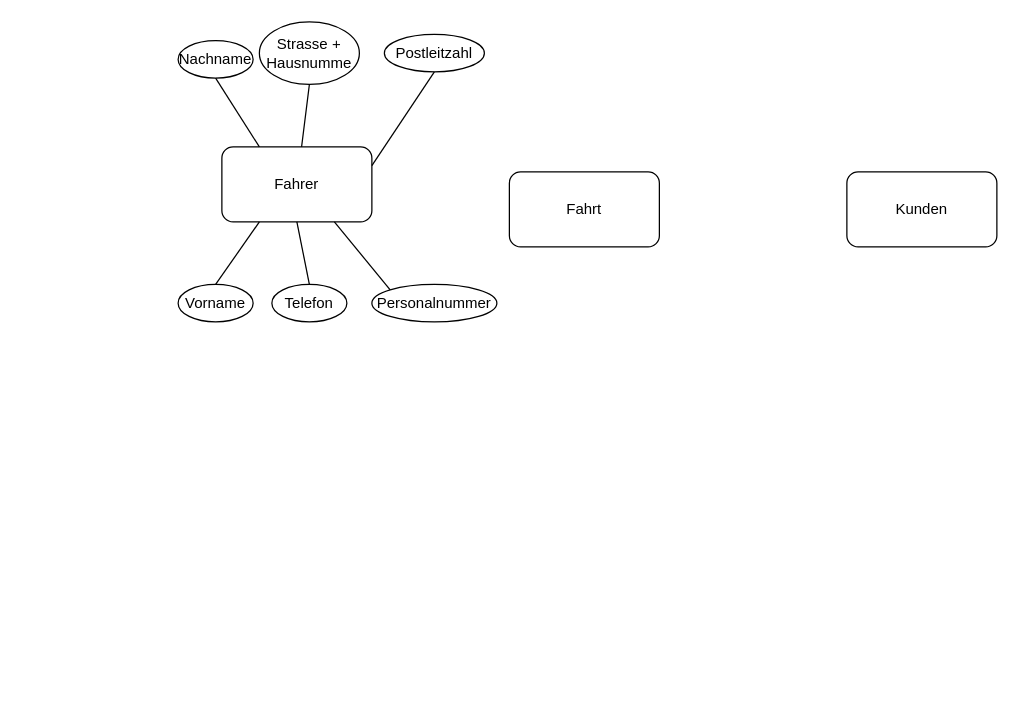
Fabrice-G/test_education keeps this draw.io diagram as Untitled Diagram.drawio. Above is the earlier version. Source tidied: cells renumbered, new cells numbered last; positions are measured from the earlier drawing's top-left corner, leaving out a move shared by most shapes. Both pictures are drawn from the tidied source at 125%, with x=0, y=0 at pixel (178, 21).
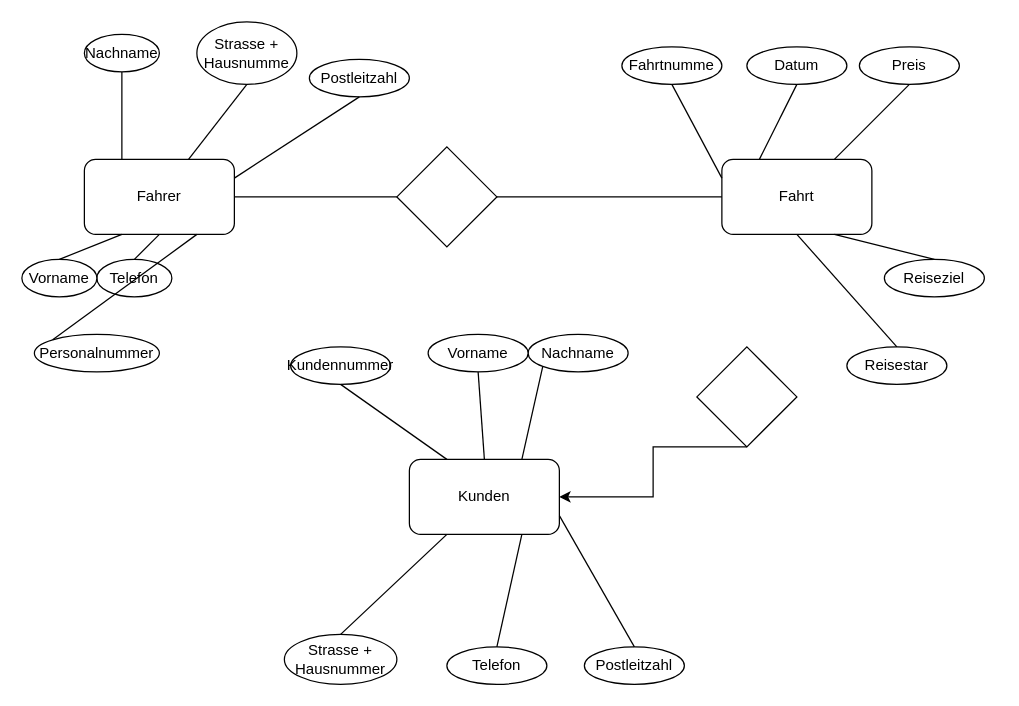
The same diagram, later.

What changed in the source:
```diff
@@
     <mxCell id="2" value="Fahrer" style="rounded=1;whiteSpace=wrap;html=1;" parent="1" vertex="1">
-      <mxGeometry x="35" y="100" width="120" height="60" as="geometry" />
+      <mxGeometry x="-75" y="110" width="120" height="60" as="geometry" />
     </mxCell>
     <mxCell id="3" value="Fahrt" style="rounded=1;whiteSpace=wrap;html=1;" parent="1" vertex="1">
-      <mxGeometry x="265" y="120" width="120" height="60" as="geometry" />
+      <mxGeometry x="435" y="110" width="120" height="60" as="geometry" />
     </mxCell>
     <mxCell id="4" value="Kunden" style="rounded=1;whiteSpace=wrap;html=1;" parent="1" vertex="1">
-      <mxGeometry x="535" y="120" width="120" height="60" as="geometry" />
+      <mxGeometry x="185" y="350" width="120" height="60" as="geometry" />
     </mxCell>
     <mxCell id="5" value="Strasse + Hausnumme &lt;br/&gt;" style="ellipse;whiteSpace=wrap;html=1;" parent="1" vertex="1">
-      <mxGeometry x="65" width="80" height="50" as="geometry" />
+      <mxGeometry x="15" width="80" height="50" as="geometry" />
     </mxCell>
     <mxCell id="6" value="Nachname &lt;br/&gt;" style="ellipse;whiteSpace=wrap;html=1;" parent="1" vertex="1">
-      <mxGeometry y="15" width="60" height="30" as="geometry" />
+      <mxGeometry x="-75" y="10" width="60" height="30" as="geometry" />
     </mxCell>
     <mxCell id="7" value="Telefon &lt;br/&gt;" style="ellipse;whiteSpace=wrap;html=1;" parent="1" vertex="1">
-      <mxGeometry x="75" y="210" width="60" height="30" as="geometry" />
+      <mxGeometry x="-65" y="190" width="60" height="30" as="geometry" />
     </mxCell>
     <mxCell id="8" value="Vorname &lt;br/&gt;" style="ellipse;whiteSpace=wrap;html=1;" parent="1" vertex="1">
-      <mxGeometry y="210" width="60" height="30" as="geometry" />
+      <mxGeometry x="-125" y="190" width="60" height="30" as="geometry" />
     </mxCell>
     <mxCell id="9" value="Postleitzahl &lt;br/&gt;" style="ellipse;whiteSpace=wrap;html=1;" parent="1" vertex="1">
-      <mxGeometry x="165" y="10" width="80" height="30" as="geometry" />
+      <mxGeometry x="105" y="30" width="80" height="30" as="geometry" />
     </mxCell>
     <mxCell id="10" value="Personalnummer &lt;br/&gt;" style="ellipse;whiteSpace=wrap;html=1;" parent="1" vertex="1">
-      <mxGeometry x="155" y="210" width="100" height="30" as="geometry" />
+      <mxGeometry x="-115" y="250" width="100" height="30" as="geometry" />
     </mxCell>
@@
+    <mxCell id="17" value="Datum &lt;br/&gt;" style="ellipse;whiteSpace=wrap;html=1;" parent="1" vertex="1">
+      <mxGeometry x="455" y="20" width="80" height="30" as="geometry" />
+    </mxCell>
+    <mxCell id="18" value="Preis &lt;br/&gt;" style="ellipse;whiteSpace=wrap;html=1;" parent="1" vertex="1">
+      <mxGeometry x="545" y="20" width="80" height="30" as="geometry" />
+    </mxCell>
+    <mxCell id="19" value="Reisestar &lt;br/&gt;" style="ellipse;whiteSpace=wrap;html=1;" parent="1" vertex="1">
+      <mxGeometry x="535" y="260" width="80" height="30" as="geometry" />
+    </mxCell>
+    <mxCell id="20" value="Reiseziel" style="ellipse;whiteSpace=wrap;html=1;" parent="1" vertex="1">
+      <mxGeometry x="565" y="190" width="80" height="30" as="geometry" />
+    </mxCell>
+    <mxCell id="21" value="Fahrtnumme " style="ellipse;whiteSpace=wrap;html=1;" parent="1" vertex="1">
+      <mxGeometry x="355" y="20" width="80" height="30" as="geometry" />
+    </mxCell>
+    <mxCell id="22" style="endArrow=none;html=1;rounded=0;exitX=0.25;exitY=0;exitDx=0;exitDy=0;entryX=0.5;entryY=1;entryDx=0;entryDy=0;" parent="1" edge="1" source="3" target="17">
+      <mxGeometry relative="1" as="geometry" />
+    </mxCell>
+    <mxCell id="23" style="endArrow=none;html=1;rounded=0;entryX=0.5;entryY=1;entryDx=0;entryDy=0;exitX=0;exitY=0.25;exitDx=0;exitDy=0;" parent="1" edge="1" source="3" target="21">
+      <mxGeometry relative="1" as="geometry" />
+    </mxCell>
+    <mxCell id="24" style="endArrow=none;html=1;rounded=0;exitX=0.5;exitY=0;exitDx=0;exitDy=0;entryX=0.5;entryY=1;entryDx=0;entryDy=0;" parent="1" edge="1" source="19" target="3">
+      <mxGeometry relative="1" as="geometry" />
+    </mxCell>
+    <mxCell id="25" style="endArrow=none;html=1;rounded=0;entryX=0.75;entryY=1;entryDx=0;entryDy=0;exitX=0.5;exitY=0;exitDx=0;exitDy=0;" parent="1" edge="1" source="20" target="3">
+      <mxGeometry relative="1" as="geometry" />
+    </mxCell>
+    <mxCell id="26" style="endArrow=none;html=1;rounded=0;entryX=0.5;entryY=1;entryDx=0;entryDy=0;exitX=0.75;exitY=0;exitDx=0;exitDy=0;" parent="1" edge="1" source="3" target="18">
+      <mxGeometry relative="1" as="geometry" />
+    </mxCell>
+    <mxCell id="27" value="Kundennummer &lt;br/&gt;" style="ellipse;whiteSpace=wrap;html=1;" parent="1" vertex="1">
+      <mxGeometry x="90" y="260" width="80" height="30" as="geometry" />
+    </mxCell>
+    <mxCell id="28" value="Nachname &lt;br/&gt;" style="ellipse;whiteSpace=wrap;html=1;" parent="1" vertex="1">
+      <mxGeometry x="280" y="250" width="80" height="30" as="geometry" />
+    </mxCell>
+    <mxCell id="29" value="Vorname &lt;br/&gt;" style="ellipse;whiteSpace=wrap;html=1;" parent="1" vertex="1">
+      <mxGeometry x="200" y="250" width="80" height="30" as="geometry" />
+    </mxCell>
+    <mxCell id="30" value="Strasse + Hausnummer &lt;br/&gt;" style="ellipse;whiteSpace=wrap;html=1;" parent="1" vertex="1">
+      <mxGeometry x="85" y="490" width="90" height="40" as="geometry" />
+    </mxCell>
+    <mxCell id="31" value="Postleitzahl" style="ellipse;whiteSpace=wrap;html=1;" parent="1" vertex="1">
+      <mxGeometry x="325" y="500" width="80" height="30" as="geometry" />
+    </mxCell>
+    <mxCell id="32" value="Telefon &lt;br/&gt;" style="ellipse;whiteSpace=wrap;html=1;" parent="1" vertex="1">
+      <mxGeometry x="215" y="500" width="80" height="30" as="geometry" />
+    </mxCell>
+    <mxCell id="33" style="endArrow=none;html=1;rounded=0;entryX=0.75;entryY=1;entryDx=0;entryDy=0;exitX=0.5;exitY=0;exitDx=0;exitDy=0;" parent="1" edge="1" source="32" target="4">
+      <mxGeometry relative="1" as="geometry" />
+    </mxCell>
+    <mxCell id="34" style="endArrow=none;html=1;rounded=0;entryX=0.5;entryY=1;entryDx=0;entryDy=0;exitX=0.25;exitY=0;exitDx=0;exitDy=0;" parent="1" edge="1" source="4" target="27">
+      <mxGeometry relative="1" as="geometry" />
+    </mxCell>
+    <mxCell id="35" style="endArrow=none;html=1;rounded=0;entryX=0.5;entryY=1;entryDx=0;entryDy=0;exitX=0.5;exitY=0;exitDx=0;exitDy=0;" parent="1" edge="1" source="4" target="29">
+      <mxGeometry relative="1" as="geometry" />
+    </mxCell>
+    <mxCell id="36" style="endArrow=none;html=1;rounded=0;exitX=0.75;exitY=0;exitDx=0;exitDy=0;entryX=0;entryY=1;entryDx=0;entryDy=0;" parent="1" edge="1" source="4" target="28">
+      <mxGeometry relative="1" as="geometry" />
+    </mxCell>
+    <mxCell id="37" style="endArrow=none;html=1;rounded=0;entryX=0.25;entryY=1;entryDx=0;entryDy=0;exitX=0.5;exitY=0;exitDx=0;exitDy=0;" parent="1" edge="1" source="30" target="4">
+      <mxGeometry relative="1" as="geometry" />
+    </mxCell>
+    <mxCell id="38" style="endArrow=none;html=1;rounded=0;entryX=1;entryY=0.75;entryDx=0;entryDy=0;exitX=0.5;exitY=0;exitDx=0;exitDy=0;" parent="1" edge="1" source="31" target="4">
+      <mxGeometry relative="1" as="geometry" />
+    </mxCell>
+    <mxCell id="39" style="rhombus;whiteSpace=wrap;html=1;" parent="1" vertex="1">
+      <mxGeometry x="175" y="100" width="80" height="80" as="geometry" />
+    </mxCell>
+    <mxCell id="40" style="endArrow=none;html=1;rounded=0;entryX=0;entryY=0.5;entryDx=0;entryDy=0;exitX=1;exitY=0.5;exitDx=0;exitDy=0;" parent="1" edge="1" source="2" target="39">
+      <mxGeometry relative="1" as="geometry">
+        <Array as="points">
+          <mxPoint x="145" y="140" />
+        </Array>
+      </mxGeometry>
+    </mxCell>
+    <mxCell id="41" style="endArrow=none;html=1;rounded=0;entryX=0;entryY=0.5;entryDx=0;entryDy=0;exitX=1;exitY=0.5;exitDx=0;exitDy=0;" parent="1" edge="1" source="39" target="3">
+      <mxGeometry relative="1" as="geometry" />
+    </mxCell>
+    <mxCell id="42" style="edgeStyle=elbowEdgeStyle;rounded=0;jettySize=auto;html=1;exitX=0.5;exitY=1;exitDx=0;exitDy=0;entryX=1;entryY=0.5;entryDx=0;entryDy=0;" parent="1" edge="1" source="43" target="4">
+      <mxGeometry relative="1" as="geometry" />
+    </mxCell>
+    <mxCell id="43" style="rhombus;whiteSpace=wrap;html=1;" parent="1" vertex="1">
+      <mxGeometry x="415" y="260" width="80" height="80" as="geometry" />
+    </mxCell>
```
